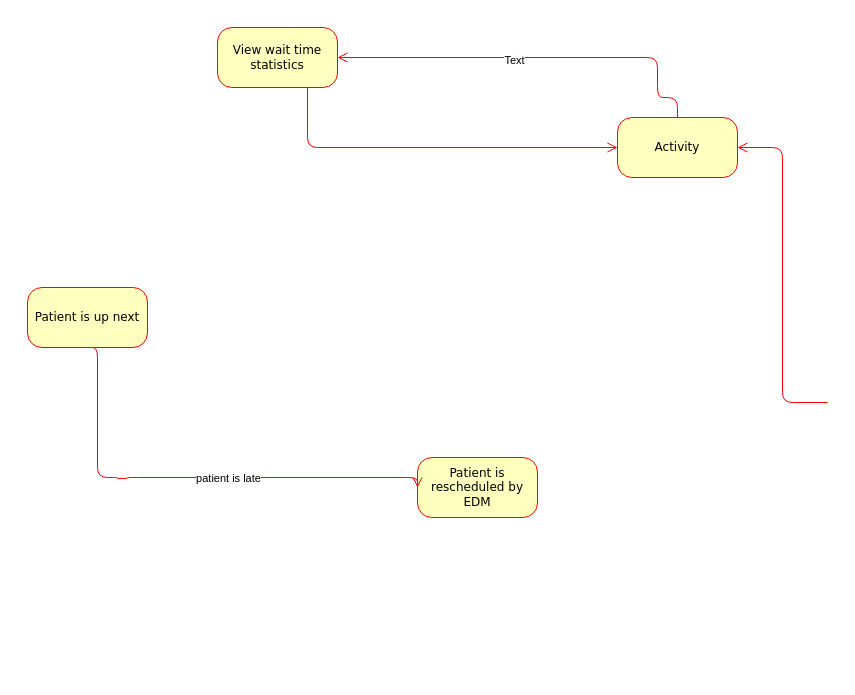
Before: EliorWork/ED_Manager_SMD.drawio in SENG-350-2024-fall/Team9, a draw.io diagram. Source tidied: cells renumbered, new cells numbered last; positions are measured from the earlier drawing's top-left corner, leaving out a move shared by most shapes. Both pictures are drawn from the tidied source at 100%, with x=0, y=0 at pixel (27, 27).
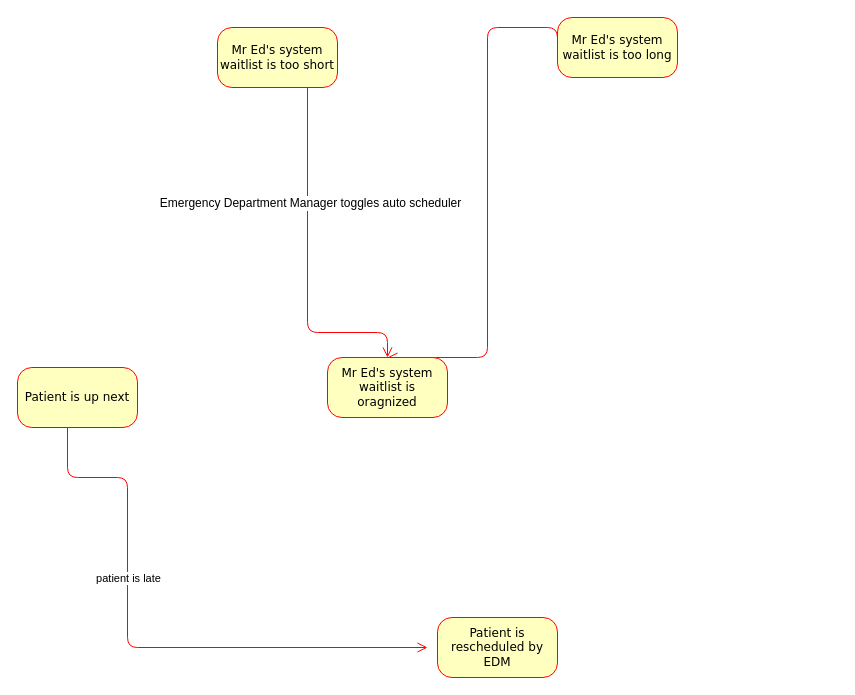
The same diagram, later.

Change to the diagram source:
```diff
@@
 <mxGraphModel>
   <root>
     <mxCell id="0" />
     <mxCell id="1" parent="0" />
     <mxCell id="2" value="Patient is up next" style="rounded=1;whiteSpace=wrap;html=1;arcSize=24;fillColor=#ffffc0;strokeColor=#ff0000;shadow=0;comic=0;labelBackgroundColor=none;fontFamily=Verdana;fontSize=12;fontColor=#000000;align=center;" parent="1" vertex="1">
-      <mxGeometry y="260" width="120" height="60" as="geometry" />
+      <mxGeometry x="-10" y="340" width="120" height="60" as="geometry" />
     </mxCell>
-    <mxCell id="3" value="View wait time statistics" style="rounded=1;whiteSpace=wrap;html=1;arcSize=24;fillColor=#ffffc0;strokeColor=#ff0000;shadow=0;comic=0;labelBackgroundColor=none;fontFamily=Verdana;fontSize=12;fontColor=#000000;align=center;" parent="1" vertex="1">
+    <mxCell id="3" value="Mr Ed's system waitlist is too short" style="rounded=1;whiteSpace=wrap;html=1;arcSize=24;fillColor=#ffffc0;strokeColor=#ff0000;shadow=0;comic=0;labelBackgroundColor=none;fontFamily=Verdana;fontSize=12;fontColor=#000000;align=center;" parent="1" vertex="1">
       <mxGeometry x="190" width="120" height="60" as="geometry" />
     </mxCell>
-    <mxCell id="4" style="edgeStyle=orthogonalEdgeStyle;html=1;entryX=1;entryY=0.5;labelBackgroundColor=none;endArrow=open;endSize=8;strokeColor=#ff0000;fontFamily=Verdana;fontSize=12;align=left;exitX=0.5;exitY=0;exitDx=0;exitDy=0;" parent="1" edge="1" source="6" target="3">
+    <mxCell id="4" style="edgeStyle=orthogonalEdgeStyle;html=1;labelBackgroundColor=none;endArrow=open;endSize=8;strokeColor=#ff0000;fontFamily=Verdana;fontSize=12;align=left;entryX=0.5;entryY=0;entryDx=0;entryDy=0;exitX=0;exitY=0.5;exitDx=0;exitDy=0;" parent="1" edge="1" source="6" target="13">
       <mxGeometry relative="1" as="geometry">
         <Array as="points">
-          <mxPoint x="650" y="70" />
-          <mxPoint x="630" y="70" />
-          <mxPoint x="630" y="30" />
+          <mxPoint x="460" />
+          <mxPoint x="460" y="330" />
         </Array>
       </mxGeometry>
     </mxCell>
-    <mxCell id="5" value="Text" style="edgeLabel;html=1;align=center;verticalAlign=middle;" parent="4" vertex="1">
-      <mxGeometry x="0.12" y="2" relative="1" as="geometry" />
-    </mxCell>
-    <mxCell id="6" value="Activity" style="rounded=1;whiteSpace=wrap;html=1;arcSize=24;fillColor=#ffffc0;strokeColor=#ff0000;shadow=0;comic=0;labelBackgroundColor=none;fontFamily=Verdana;fontSize=12;fontColor=#000000;align=center;" parent="1" vertex="1">
-      <mxGeometry x="590" y="90" width="120" height="60" as="geometry" />
+    <mxCell id="6" value="Mr Ed's system waitlist is too long" style="rounded=1;whiteSpace=wrap;html=1;arcSize=24;fillColor=#ffffc0;strokeColor=#ff0000;shadow=0;comic=0;labelBackgroundColor=none;fontFamily=Verdana;fontSize=12;fontColor=#000000;align=center;" parent="1" vertex="1">
+      <mxGeometry x="530" y="-10" width="120" height="60" as="geometry" />
     </mxCell>
     <mxCell id="7" value="Patient is rescheduled by EDM" style="rounded=1;whiteSpace=wrap;html=1;arcSize=24;fillColor=#ffffc0;strokeColor=#ff0000;shadow=0;comic=0;labelBackgroundColor=none;fontFamily=Verdana;fontSize=12;fontColor=#000000;align=center;" parent="1" vertex="1">
-      <mxGeometry x="390" y="430" width="120" height="60" as="geometry" />
+      <mxGeometry x="410" y="590" width="120" height="60" as="geometry" />
     </mxCell>
-    <mxCell id="8" style="edgeStyle=elbowEdgeStyle;html=1;labelBackgroundColor=none;endArrow=open;endSize=8;strokeColor=#ff0000;fontFamily=Verdana;fontSize=12;align=left;" parent="1" edge="1" target="6">
-      <mxGeometry relative="1" as="geometry">
-        <mxPoint x="800" y="375" as="sourcePoint" />
-      </mxGeometry>
-    </mxCell>
-    <mxCell id="9" style="edgeStyle=orthogonalEdgeStyle;html=1;labelBackgroundColor=none;endArrow=open;endSize=8;strokeColor=#ff0000;fontFamily=Verdana;fontSize=12;align=left;exitX=0.5;exitY=1;exitDx=0;exitDy=0;entryX=0;entryY=0.5;entryDx=0;entryDy=0;" parent="1" edge="1" source="2" target="7">
+    <mxCell id="9" style="edgeStyle=orthogonalEdgeStyle;html=1;labelBackgroundColor=none;endArrow=open;endSize=8;strokeColor=#ff0000;fontFamily=Verdana;fontSize=12;align=left;exitX=0.5;exitY=1;exitDx=0;exitDy=0;entryX=0;entryY=0.5;entryDx=0;entryDy=0;" parent="1" edge="1">
       <mxGeometry relative="1" as="geometry">
+        <mxPoint x="40" y="400" as="sourcePoint" />
+        <mxPoint x="400" y="620" as="targetPoint" />
         <Array as="points">
-          <mxPoint x="70" y="320" />
-          <mxPoint x="70" y="450" />
-          <mxPoint x="90" y="450" />
-          <mxPoint x="90" y="451" />
-          <mxPoint x="100" y="451" />
+          <mxPoint x="40" y="450" />
           <mxPoint x="100" y="450" />
-          <mxPoint x="390" y="450" />
+          <mxPoint x="100" y="620" />
         </Array>
       </mxGeometry>
     </mxCell>
     <mxCell id="10" value="patient is late" style="edgeLabel;html=1;align=center;verticalAlign=middle;" parent="9" vertex="1">
       <mxGeometry x="-0.2" y="-4" relative="1" as="geometry">
-        <mxPoint x="83" y="-4" as="offset" />
+        <mxPoint x="4" y="-22" as="offset" />
       </mxGeometry>
     </mxCell>
-    <mxCell id="11" style="edgeStyle=orthogonalEdgeStyle;html=1;labelBackgroundColor=none;endArrow=open;endSize=8;strokeColor=#ff0000;fontFamily=Verdana;fontSize=12;align=left;entryX=0;entryY=0.5;entryDx=0;entryDy=0;" parent="1" edge="1" source="3" target="6">
+    <mxCell id="11" style="edgeStyle=orthogonalEdgeStyle;html=1;labelBackgroundColor=none;endArrow=open;endSize=8;strokeColor=#ff0000;fontFamily=Verdana;fontSize=12;align=left;entryX=0.5;entryY=0;entryDx=0;entryDy=0;" parent="1" edge="1" source="3" target="13">
       <mxGeometry relative="1" as="geometry">
         <Array as="points">
-          <mxPoint x="280" y="120" />
+          <mxPoint x="280" y="305" />
         </Array>
       </mxGeometry>
     </mxCell>
+    <mxCell id="12" value="Emergency Department Manager toggles auto scheduler" style="edgeLabel;html=1;align=center;verticalAlign=middle;fontSize=12;" parent="11" vertex="1">
+      <mxGeometry x="-0.03" y="2" relative="1" as="geometry">
+        <mxPoint y="-55" as="offset" />
+      </mxGeometry>
+    </mxCell>
+    <mxCell id="13" value="Mr Ed's system waitlist is oragnized" style="rounded=1;whiteSpace=wrap;html=1;arcSize=24;fillColor=#ffffc0;strokeColor=#ff0000;shadow=0;comic=0;labelBackgroundColor=none;fontFamily=Verdana;fontSize=12;fontColor=#000000;align=center;" parent="1" vertex="1">
+      <mxGeometry x="300" y="330" width="120" height="60" as="geometry" />
+    </mxCell>
   </root>
 </mxGraphModel>
```
